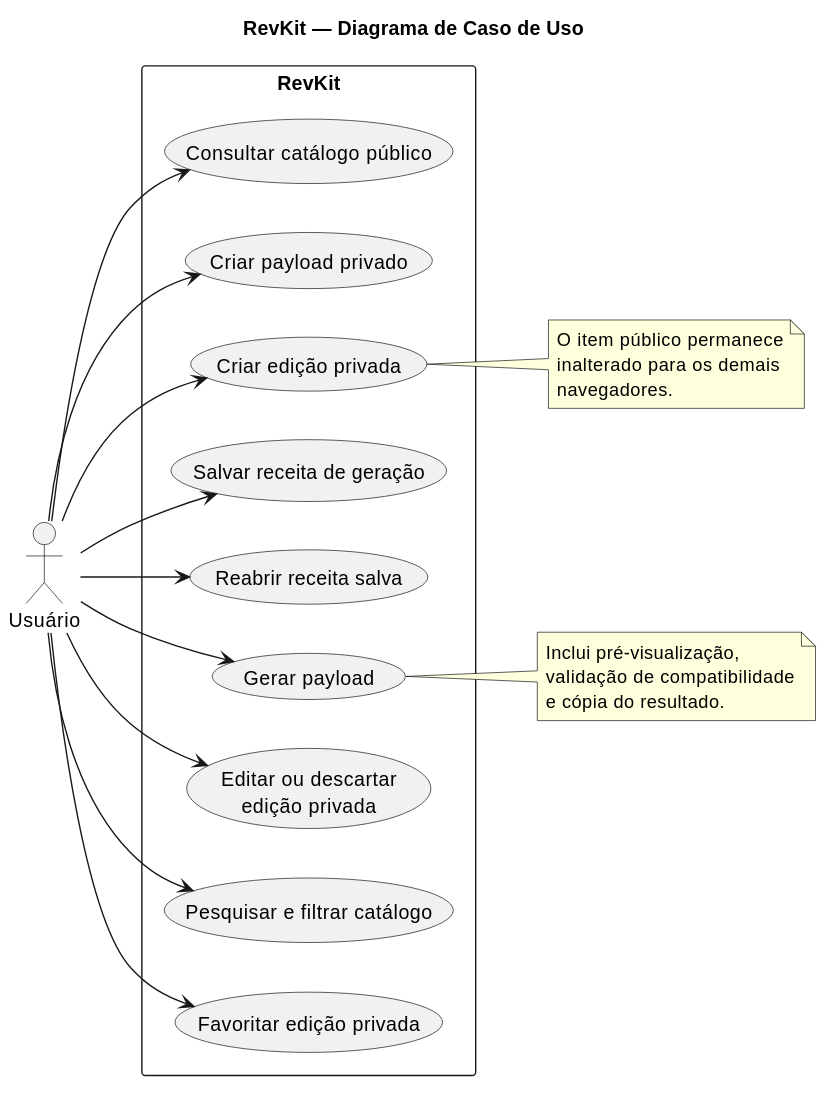
Before: docs/diagramas/casos-de-uso.svg, a diagram exported from PlantUML (Andoreatta/revkit).
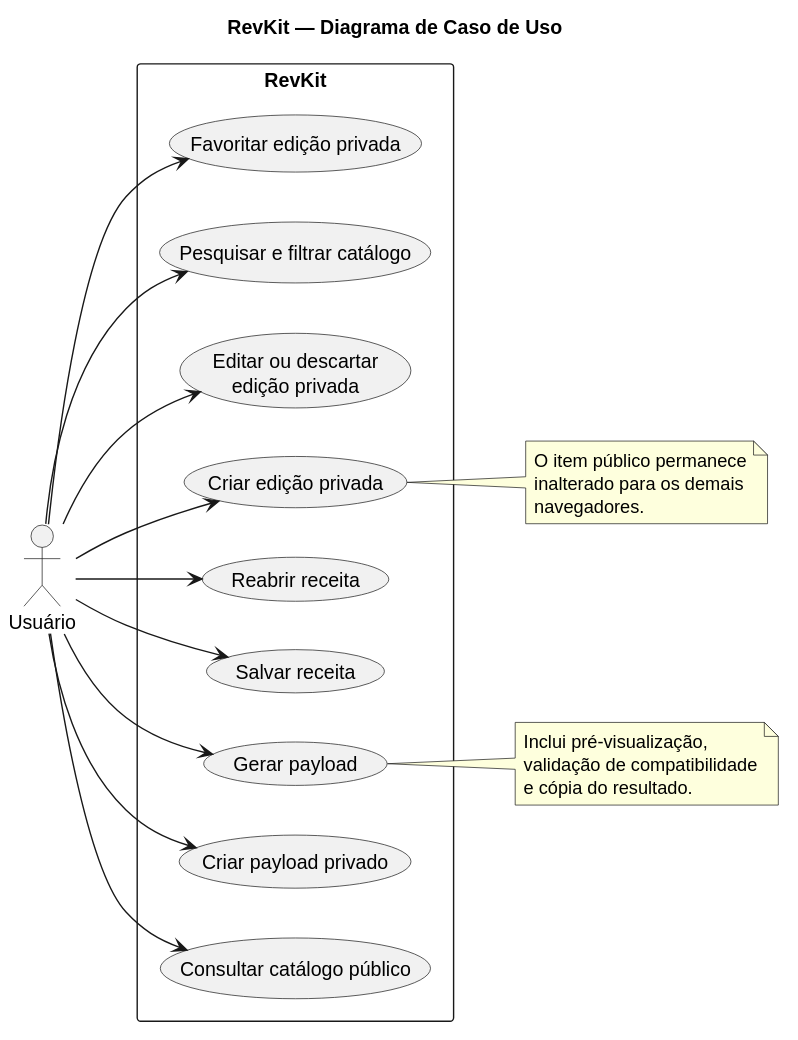
Later version of the same file.

Change to the diagram source:
```diff
@@ -10,8 +10,8 @@
   usecase "Pesquisar e filtrar catálogo" as UC8
   usecase "Editar ou descartar\nedição privada" as UC7
   usecase "Criar edição privada" as UC6
-  usecase "Reabrir receita salva" as UC5
-  usecase "Salvar receita de geração" as UC4
+  usecase "Reabrir receita" as UC5
+  usecase "Salvar receita" as UC4
   usecase "Gerar payload" as UC3
   usecase "Criar payload privado" as UC2
   usecase "Consultar catálogo público" as UC1
```
